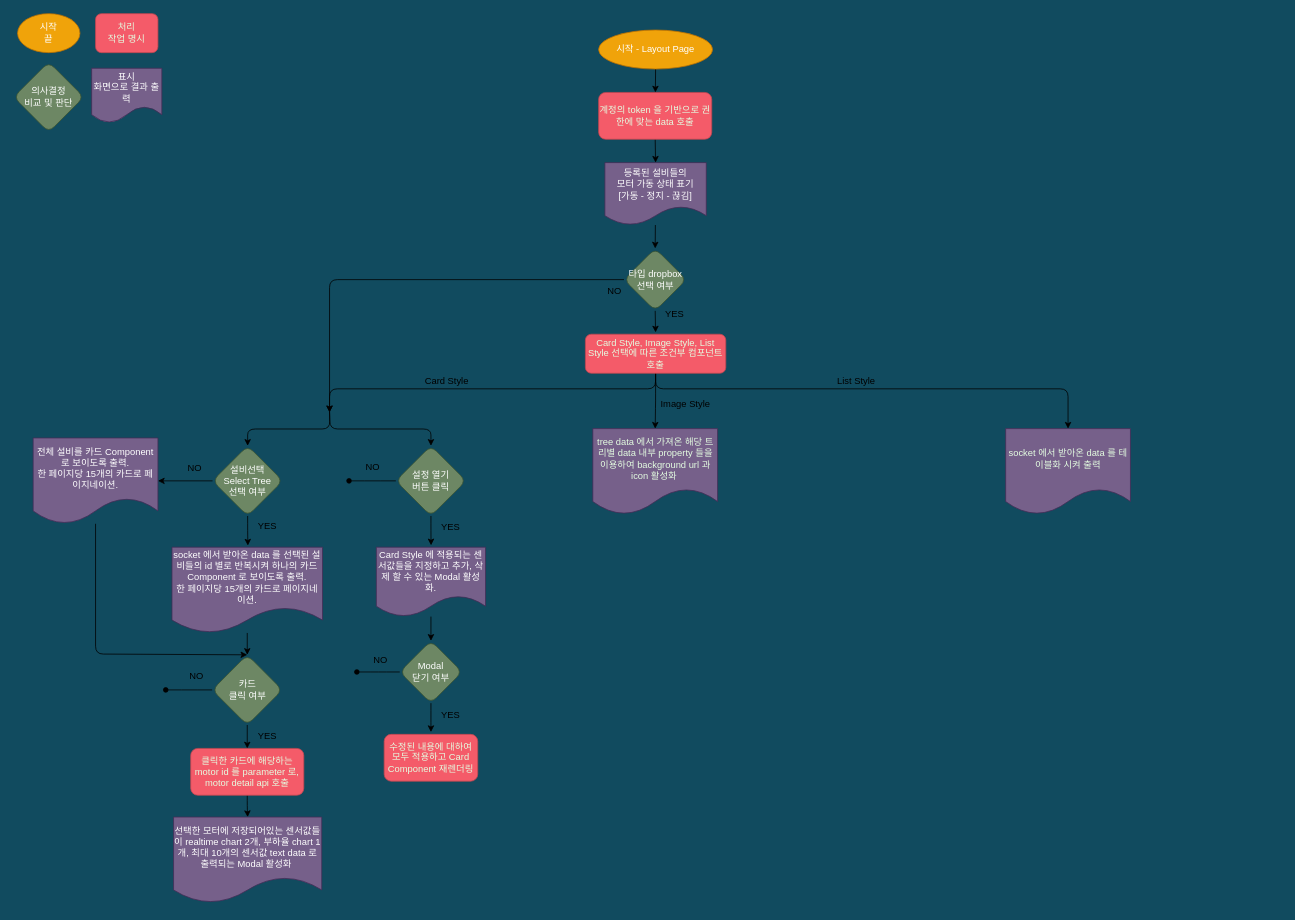
Earlier version of the draw.io diagram layout-page.drawio (hws522/draw.io). Source tidied: cells renumbered, new cells numbered last; positions are measured from the earlier drawing's top-left corner, leaving out a move shared by most shapes. Both pictures are drawn from the tidied source at 78%, with x=0, y=0 at pixel (13, 13).
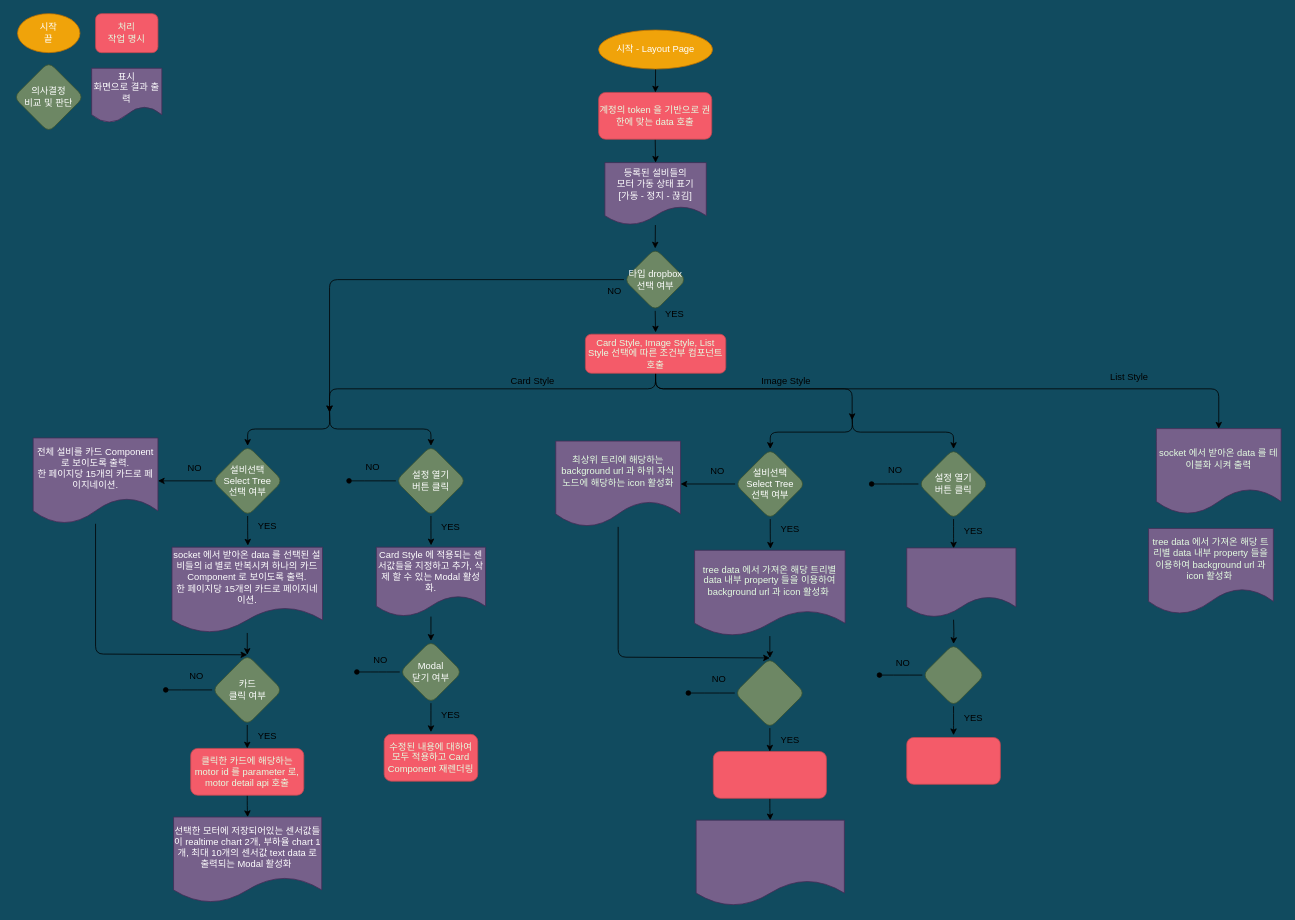
The same page after the edit.

Commit message:
edit layout page

Unchanged cells that the change refers to:
```xml
<mxCell id="20" value="Card Style, Image Style, List Style 선택에 따른 조건부 컴포넌트 호출" style="whiteSpace=wrap;html=1;fillColor=#F45B69;strokeColor=#C34651;fontColor=#E4FDE1;rounded=1;glass=0;strokeWidth=1;shadow=0;" parent="1" vertex="1">
  <mxGeometry x="733" y="411" width="180" height="50" as="geometry" />
</mxCell>
```

What changed in the source:
```diff
@@
     <mxCell id="15" value="&lt;span style=&quot;color: rgb(228, 253, 225);&quot;&gt;socket 에서 받아온 data 를 테이블화 시켜 출력&lt;/span&gt;" style="shape=document;whiteSpace=wrap;html=1;boundedLbl=1;fillColor=#76608a;strokeColor=#432D57;fontColor=#ffffff;rounded=1;glass=0;strokeWidth=1;shadow=0;" parent="1" vertex="1">
-      <mxGeometry x="1271.8" y="532" width="160" height="110" as="geometry" />
+      <mxGeometry x="1465" y="532" width="160" height="110" as="geometry" />
     </mxCell>
     <mxCell id="16" value="&lt;span style=&quot;color: rgb(228, 253, 225);&quot;&gt;tree data 에서 가져온 해당 트리별 data 내부 property 들을 이용하여 background url 과 icon 활성화&amp;nbsp;&lt;/span&gt;" style="shape=document;whiteSpace=wrap;html=1;boundedLbl=1;fillColor=#76608a;strokeColor=#432D57;fontColor=#ffffff;rounded=1;glass=0;strokeWidth=1;shadow=0;" parent="1" vertex="1">
-      <mxGeometry x="742.5" y="532" width="160" height="110" as="geometry" />
+      <mxGeometry x="1455" y="660" width="160" height="110" as="geometry" />
     </mxCell>
@@
-    <mxCell id="18" style="edgeStyle=orthogonalEdgeStyle;html=1;exitX=0.5;exitY=1;exitDx=0;exitDy=0;entryX=0.5;entryY=0;entryDx=0;entryDy=0;" parent="1" edge="1" source="20" target="16">
-      <mxGeometry relative="1" as="geometry" />
-    </mxCell>
     <mxCell id="19" style="edgeStyle=orthogonalEdgeStyle;html=1;exitX=0.5;exitY=1;exitDx=0;exitDy=0;entryX=0.5;entryY=0;entryDx=0;entryDy=0;" parent="1" edge="1" source="20" target="15">
       <mxGeometry relative="1" as="geometry">
         <Array as="points">
           <mxPoint x="823" y="481" />
-          <mxPoint x="1352" y="481" />
+          <mxPoint x="1545" y="481" />
         </Array>
       </mxGeometry>
     </mxCell>
+    <mxCell id="58" style="edgeStyle=orthogonalEdgeStyle;html=1;exitX=0.5;exitY=1;exitDx=0;exitDy=0;" parent="1" edge="1" source="20">
+      <mxGeometry relative="1" as="geometry">
+        <mxPoint x="1075" y="521" as="targetPoint" />
+        <Array as="points">
+          <mxPoint x="823" y="481" />
+          <mxPoint x="1075" y="481" />
+        </Array>
+      </mxGeometry>
+    </mxCell>
@@
     <mxCell id="31" value="Card Style" style="text;html=1;align=center;verticalAlign=middle;strokeColor=none;fillColor=none;" parent="1" vertex="1">
-      <mxGeometry x="515" y="456" width="80" height="30" as="geometry" />
+      <mxGeometry x="625" y="456" width="80" height="30" as="geometry" />
     </mxCell>
     <mxCell id="32" value="Image Style" style="text;html=1;align=center;verticalAlign=middle;strokeColor=none;fillColor=none;" parent="1" vertex="1">
-      <mxGeometry x="816" y="486" width="90" height="30" as="geometry" />
+      <mxGeometry x="945" y="456" width="90" height="30" as="geometry" />
     </mxCell>
     <mxCell id="33" value="List Style" style="text;html=1;align=center;verticalAlign=middle;strokeColor=none;fillColor=none;" parent="1" vertex="1">
-      <mxGeometry x="1045" y="456" width="70" height="30" as="geometry" />
+      <mxGeometry x="1395" y="451" width="70" height="30" as="geometry" />
     </mxCell>
@@
+    <mxCell id="59" style="edgeStyle=none;html=1;exitX=0;exitY=0.5;exitDx=0;exitDy=0;entryX=1;entryY=0.5;entryDx=0;entryDy=0;" parent="1" edge="1" source="62" target="68">
+      <mxGeometry relative="1" as="geometry" />
+    </mxCell>
+    <mxCell id="60" style="edgeStyle=orthogonalEdgeStyle;html=1;exitX=0.5;exitY=0;exitDx=0;exitDy=0;endArrow=none;endFill=0;elbow=vertical;startArrow=classic;startFill=1;" parent="1" edge="1" source="62">
+      <mxGeometry relative="1" as="geometry">
+        <mxPoint x="1075" y="514" as="targetPoint" />
+      </mxGeometry>
+    </mxCell>
+    <mxCell id="61" style="edgeStyle=orthogonalEdgeStyle;html=1;exitX=0.5;exitY=1;exitDx=0;exitDy=0;entryX=0.504;entryY=-0.019;entryDx=0;entryDy=0;entryPerimeter=0;startArrow=none;startFill=0;endArrow=classic;endFill=1;elbow=vertical;" parent="1" edge="1" source="62" target="66">
+      <mxGeometry relative="1" as="geometry" />
+    </mxCell>
+    <mxCell id="62" value="설비선택&lt;br&gt;Select Tree&lt;br&gt;선택 여부" style="rhombus;whiteSpace=wrap;html=1;fillColor=#6d8764;strokeColor=#3A5431;fontColor=#ffffff;rounded=1;glass=0;strokeWidth=1;shadow=0;" parent="1" vertex="1">
+      <mxGeometry x="925" y="558" width="90" height="90" as="geometry" />
+    </mxCell>
+    <mxCell id="63" value="NO" style="text;html=1;align=center;verticalAlign=middle;strokeColor=none;fillColor=none;" parent="1" vertex="1">
+      <mxGeometry x="882" y="572" width="40" height="30" as="geometry" />
+    </mxCell>
+    <mxCell id="64" value="YES" style="text;html=1;align=center;verticalAlign=middle;strokeColor=none;fillColor=none;" parent="1" vertex="1">
+      <mxGeometry x="970" y="646" width="50" height="30" as="geometry" />
+    </mxCell>
+    <mxCell id="65" style="edgeStyle=none;html=1;entryX=0.5;entryY=0;entryDx=0;entryDy=0;" parent="1" edge="1" source="66" target="71">
+      <mxGeometry relative="1" as="geometry" />
+    </mxCell>
+    <mxCell id="66" value="&lt;span style=&quot;color: rgb(228, 253, 225);&quot;&gt;tree data 에서 가져온 해당 트리별 data 내부 property 들을 이용하여 background url 과 icon 활성화&amp;nbsp;&lt;/span&gt;" style="shape=document;whiteSpace=wrap;html=1;boundedLbl=1;fillColor=#76608a;strokeColor=#432D57;fontColor=#ffffff;rounded=1;glass=0;strokeWidth=1;shadow=0;" parent="1" vertex="1">
+      <mxGeometry x="873" y="688" width="193" height="110" as="geometry" />
+    </mxCell>
+    <mxCell id="67" style="edgeStyle=orthogonalEdgeStyle;html=1;entryX=0.5;entryY=0;entryDx=0;entryDy=0;" parent="1" edge="1" source="68" target="71">
+      <mxGeometry relative="1" as="geometry">
+        <Array as="points">
+          <mxPoint x="775" y="825" />
+          <mxPoint x="969" y="825" />
+        </Array>
+      </mxGeometry>
+    </mxCell>
+    <mxCell id="68" value="&lt;font color=&quot;#e4fde1&quot;&gt;최상위 트리에 해당하는 background url 과 하위 자식 노드에 해당하는 icon 활성화&lt;/font&gt;" style="shape=document;whiteSpace=wrap;html=1;boundedLbl=1;fillColor=#76608a;strokeColor=#432D57;fontColor=#ffffff;rounded=1;glass=0;strokeWidth=1;shadow=0;" parent="1" vertex="1">
+      <mxGeometry x="695" y="548" width="160" height="110" as="geometry" />
+    </mxCell>
+    <mxCell id="69" style="edgeStyle=orthogonalEdgeStyle;html=1;endArrow=oval;endFill=1;" parent="1" edge="1" source="71">
+      <mxGeometry relative="1" as="geometry">
+        <mxPoint x="865" y="871" as="targetPoint" />
+      </mxGeometry>
+    </mxCell>
+    <mxCell id="70" style="edgeStyle=orthogonalEdgeStyle;html=1;exitX=0.5;exitY=1;exitDx=0;exitDy=0;entryX=0.5;entryY=0;entryDx=0;entryDy=0;startArrow=none;startFill=0;endArrow=classic;endFill=1;elbow=vertical;" parent="1" edge="1" source="71" target="75">
+      <mxGeometry relative="1" as="geometry" />
+    </mxCell>
+    <mxCell id="71" style="rhombus;whiteSpace=wrap;html=1;fillColor=#6d8764;strokeColor=#3A5431;fontColor=#ffffff;rounded=1;glass=0;strokeWidth=1;shadow=0;" parent="1" vertex="1">
+      <mxGeometry x="924.5" y="826" width="90" height="90" as="geometry" />
+    </mxCell>
+    <mxCell id="72" value="NO" style="text;html=1;align=center;verticalAlign=middle;strokeColor=none;fillColor=none;" parent="1" vertex="1">
+      <mxGeometry x="884" y="838" width="40" height="30" as="geometry" />
+    </mxCell>
+    <mxCell id="73" value="YES" style="text;html=1;align=center;verticalAlign=middle;strokeColor=none;fillColor=none;" parent="1" vertex="1">
+      <mxGeometry x="970" y="916" width="50" height="30" as="geometry" />
+    </mxCell>
+    <mxCell id="74" style="edgeStyle=orthogonalEdgeStyle;html=1;endArrow=classic;endFill=1;" parent="1" edge="1" source="75" target="76">
+      <mxGeometry relative="1" as="geometry" />
+    </mxCell>
+    <mxCell id="75" style="whiteSpace=wrap;html=1;fillColor=#F45B69;strokeColor=#C34651;fontColor=#E4FDE1;rounded=1;glass=0;strokeWidth=1;shadow=0;" parent="1" vertex="1">
+      <mxGeometry x="897" y="946" width="145" height="60" as="geometry" />
+    </mxCell>
+    <mxCell id="76" style="shape=document;whiteSpace=wrap;html=1;boundedLbl=1;fillColor=#76608a;strokeColor=#432D57;fontColor=#ffffff;rounded=1;glass=0;strokeWidth=1;shadow=0;" parent="1" vertex="1">
+      <mxGeometry x="875" y="1034" width="190" height="110" as="geometry" />
+    </mxCell>
+    <mxCell id="77" style="edgeStyle=orthogonalEdgeStyle;html=1;exitX=0;exitY=0.5;exitDx=0;exitDy=0;endArrow=oval;endFill=1;" parent="1" edge="1" source="80">
+      <mxGeometry relative="1" as="geometry">
+        <mxPoint x="1100" y="603" as="targetPoint" />
+        <Array as="points">
+          <mxPoint x="1130" y="603" />
+          <mxPoint x="1130" y="603" />
+        </Array>
+      </mxGeometry>
+    </mxCell>
+    <mxCell id="78" style="edgeStyle=orthogonalEdgeStyle;html=1;exitX=0.5;exitY=1;exitDx=0;exitDy=0;endArrow=classic;endFill=1;entryX=0.501;entryY=-0.027;entryDx=0;entryDy=0;entryPerimeter=0;" parent="1" edge="1" source="80">
+      <mxGeometry relative="1" as="geometry">
+        <mxPoint x="1205.1" y="685.6" as="targetPoint" />
+      </mxGeometry>
+    </mxCell>
+    <mxCell id="79" style="edgeStyle=orthogonalEdgeStyle;html=1;exitX=0.5;exitY=0;exitDx=0;exitDy=0;endArrow=none;endFill=0;elbow=vertical;startArrow=classic;startFill=1;" parent="1" edge="1" source="80">
+      <mxGeometry relative="1" as="geometry">
+        <mxPoint x="1075" y="514" as="targetPoint" />
+      </mxGeometry>
+    </mxCell>
+    <mxCell id="80" value="설정 열기&lt;br&gt;버튼 클릭" style="rhombus;whiteSpace=wrap;html=1;fillColor=#6d8764;strokeColor=#3A5431;fontColor=#ffffff;rounded=1;glass=0;strokeWidth=1;shadow=0;" parent="1" vertex="1">
+      <mxGeometry x="1160" y="558" width="90" height="90" as="geometry" />
+    </mxCell>
+    <mxCell id="81" value="NO" style="text;html=1;align=center;verticalAlign=middle;strokeColor=none;fillColor=none;" parent="1" vertex="1">
+      <mxGeometry x="1109.5" y="570" width="40" height="30" as="geometry" />
+    </mxCell>
+    <mxCell id="82" style="edgeStyle=orthogonalEdgeStyle;html=1;entryX=0.5;entryY=0;entryDx=0;entryDy=0;startArrow=none;startFill=0;endArrow=classic;endFill=1;elbow=vertical;" parent="1" edge="1" target="87">
+      <mxGeometry relative="1" as="geometry">
+        <mxPoint x="1205" y="777" as="sourcePoint" />
+      </mxGeometry>
+    </mxCell>
+    <mxCell id="83" style="shape=document;whiteSpace=wrap;html=1;boundedLbl=1;fillColor=#76608a;strokeColor=#432D57;fontColor=#ffffff;rounded=1;glass=0;strokeWidth=1;shadow=0;" parent="1" vertex="1">
+      <mxGeometry x="1145" y="685" width="140" height="89" as="geometry" />
+    </mxCell>
+    <mxCell id="84" value="YES" style="text;html=1;align=center;verticalAlign=middle;strokeColor=none;fillColor=none;" parent="1" vertex="1">
+      <mxGeometry x="1205" y="648" width="50" height="30" as="geometry" />
+    </mxCell>
+    <mxCell id="85" style="edgeStyle=orthogonalEdgeStyle;html=1;exitX=0;exitY=0.5;exitDx=0;exitDy=0;endArrow=oval;endFill=1;" parent="1" edge="1" source="87">
+      <mxGeometry relative="1" as="geometry">
+        <mxPoint x="1110" y="848" as="targetPoint" />
+      </mxGeometry>
+    </mxCell>
+    <mxCell id="86" style="edgeStyle=orthogonalEdgeStyle;html=1;endArrow=classic;endFill=1;" parent="1" edge="1" source="87">
+      <mxGeometry relative="1" as="geometry">
+        <mxPoint x="1205" y="925" as="targetPoint" />
+      </mxGeometry>
+    </mxCell>
+    <mxCell id="87" style="rhombus;whiteSpace=wrap;html=1;fillColor=#6d8764;strokeColor=#3A5431;fontColor=#ffffff;rounded=1;glass=0;strokeWidth=1;shadow=0;" parent="1" vertex="1">
+      <mxGeometry x="1165" y="808" width="80" height="80" as="geometry" />
+    </mxCell>
+    <mxCell id="88" value="NO" style="text;html=1;align=center;verticalAlign=middle;strokeColor=none;fillColor=none;" parent="1" vertex="1">
+      <mxGeometry x="1120" y="818" width="40" height="30" as="geometry" />
+    </mxCell>
+    <mxCell id="89" style="whiteSpace=wrap;html=1;fillColor=#F45B69;strokeColor=#C34651;fontColor=#E4FDE1;rounded=1;glass=0;strokeWidth=1;shadow=0;" parent="1" vertex="1">
+      <mxGeometry x="1145" y="928" width="120" height="60" as="geometry" />
+    </mxCell>
+    <mxCell id="90" value="YES" style="text;html=1;align=center;verticalAlign=middle;strokeColor=none;fillColor=none;" parent="1" vertex="1">
+      <mxGeometry x="1205" y="888" width="50" height="30" as="geometry" />
+    </mxCell>
```
